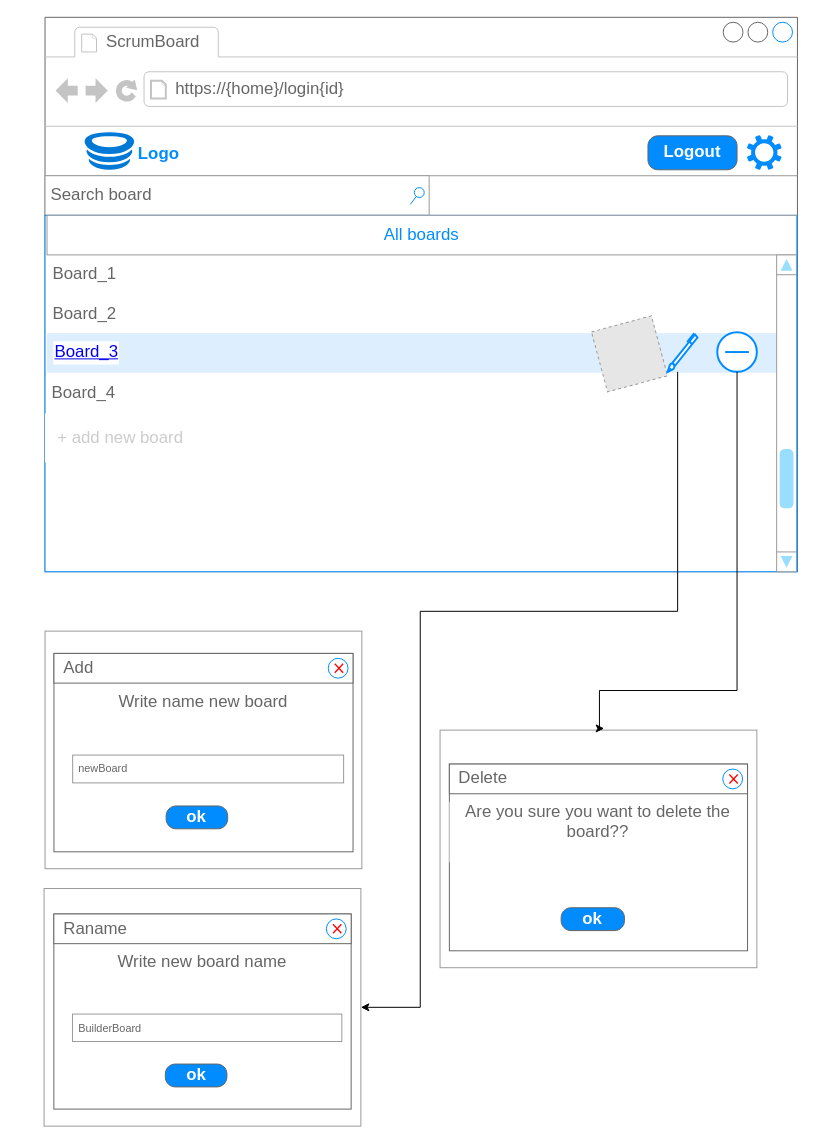
ololnovolol/ScrumBoardApp keeps this draw.io diagram as page "Mockup_Login{id}" (5 of 9) of Board_Use_Case_Diagramm.drawio. Above is the earlier version. Source tidied: cells renumbered, new cells numbered last; positions are measured from the earlier drawing's top-left corner, leaving out a move shared by most shapes. Both pictures are drawn from the tidied source at 99%, with x=0, y=0 at pixel (44, 17). Pictures stored in the file or linked from it are replaced by grey dashed boxes.
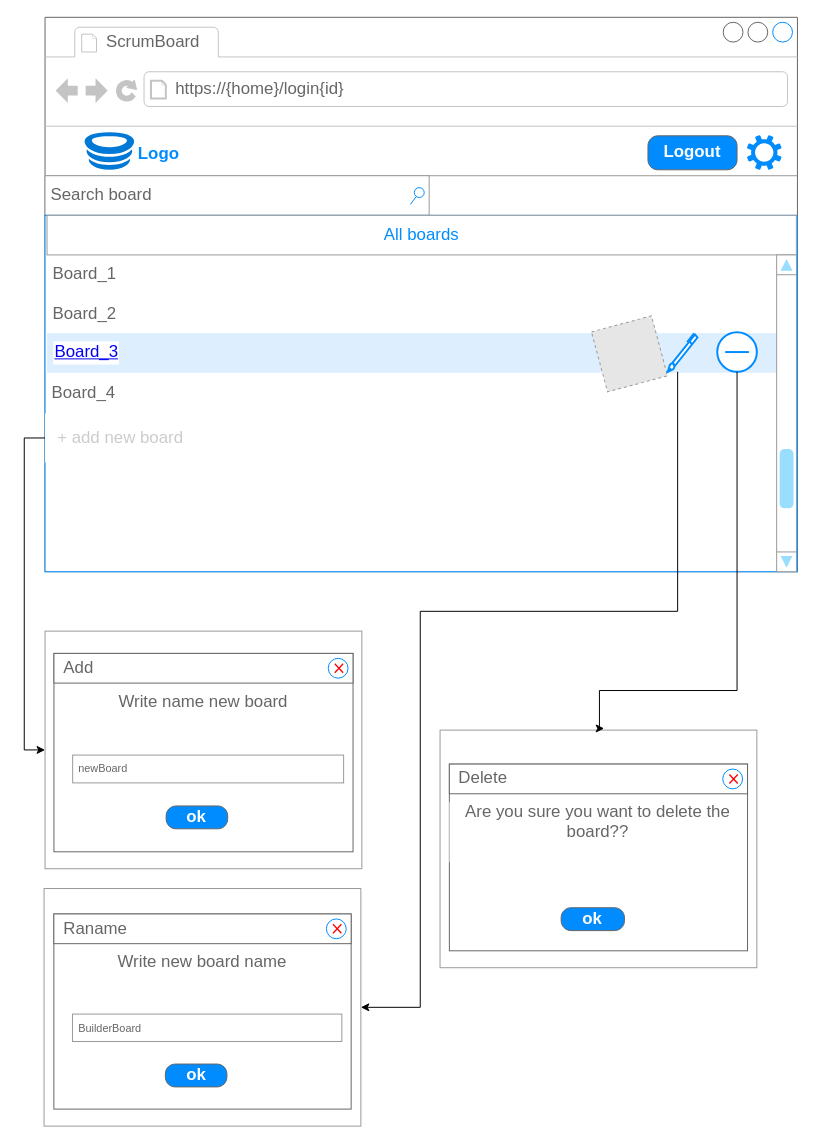
The same page after the edit.

Unchanged cells that the change refers to:
```xml
<mxCell id="3" style="whiteSpace=wrap;html=1;fontSize=11;fillColor=#ffffff;strokeColor=#999999;fontColor=#008CFF;strokeWidth=1;shadow=0;dashed=0;labelBackgroundColor=#FFFFFF;labelBorderColor=#FFFFFF;" parent="2" vertex="1">
  <mxGeometry width="320" height="240" as="geometry" />
</mxCell>
<mxCell id="39" value="&lt;font color=&quot;#cccccc&quot;&gt;&amp;nbsp;+ add new board&lt;/font&gt;" style="strokeWidth=1;shadow=0;dashed=0;align=center;html=1;shape=mxgraph.mockup.forms.rrect;rSize=0;fontSize=17;fontColor=#666666;align=left;spacingLeft=5;fillColor=#FFFFFF;strokeColor=none;labelBackgroundColor=#FFFFFF;labelBorderColor=#FFFFFF;" parent="38" vertex="1">
  <mxGeometry y="200" width="756.9" height="49.7" as="geometry" />
</mxCell>
```

What changed in the source:
```diff
@@
+    <mxCell id="51" style="edgeStyle=orthogonalEdgeStyle;rounded=0;jettySize=auto;html=1;entryX=0;entryY=0.5;entryDx=0;entryDy=0;" parent="1" edge="1" source="39" target="3">
+      <mxGeometry relative="1" as="geometry">
+        <Array as="points">
+          <mxPoint x="-20" y="425" />
+          <mxPoint x="-20" y="740" />
+        </Array>
+      </mxGeometry>
+    </mxCell>
```
